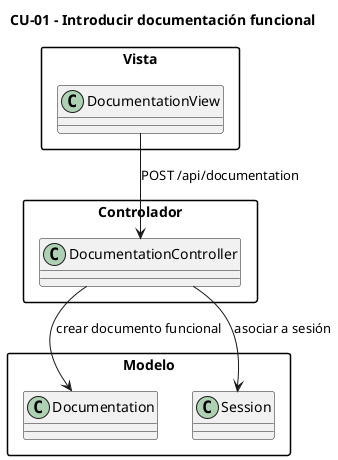
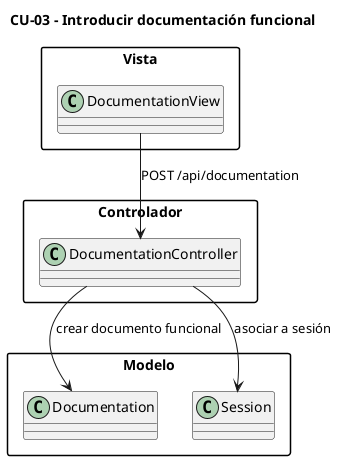
@startuml
skinparam packageStyle rectangle
skinparam shadowing false
skinparam classAttributeIconSize 0

- title CU-01 - Introducir documentación funcional
+ title CU-03 - Introducir documentación funcional

package "Vista" {
  class DocumentationView
}

package "Controlador" {
  class DocumentationController
}

package "Modelo" {
  class Documentation
  class Session
}

DocumentationView --> DocumentationController : POST /api/documentation
DocumentationController --> Documentation : crear documento funcional
DocumentationController --> Session : asociar a sesión

@enduml
